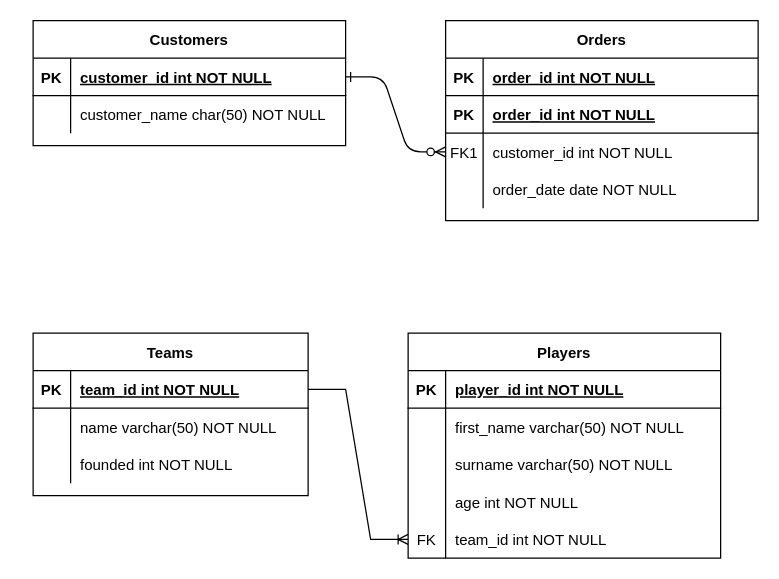
This is parent/practice/FF22.drawio from GarethDooling/FantasyFooty22, a draw.io file, before an edit. Source tidied: cells renumbered, new cells numbered last; positions are measured from the earlier drawing's top-left corner, leaving out a move shared by most shapes. Both pictures are drawn from the tidied source at 125%, with x=0, y=0 at pixel (32, 20).
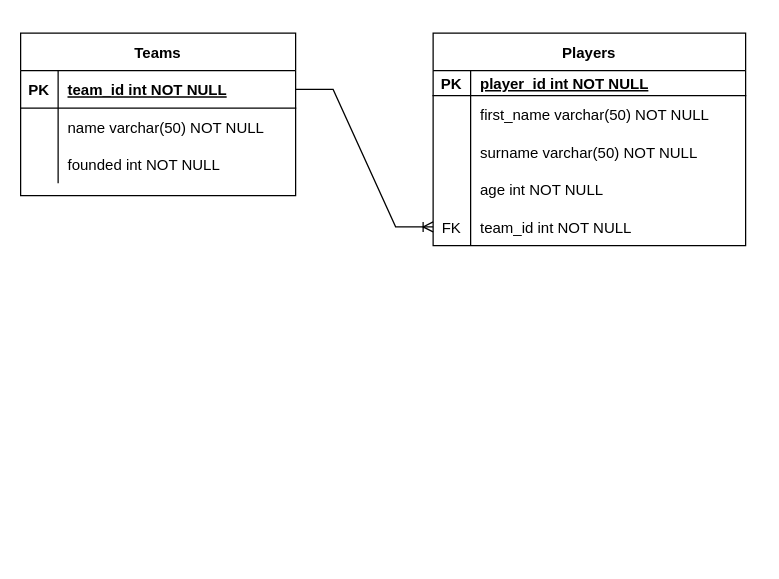
After the change.

Change to the diagram source:
```diff
@@
-    <mxCell id="2" style="edgeStyle=entityRelationEdgeStyle;endArrow=ERzeroToMany;startArrow=ERone;endFill=1;startFill=0;" parent="1" edge="1" source="17" target="10">
-      <mxGeometry relative="1" as="geometry" />
-    </mxCell>
-    <mxCell id="3" value="Orders" style="shape=table;startSize=30;childLayout=tableLayout;rowLines=0;fontStyle=1;align=center;" parent="1" vertex="1">
-      <mxGeometry x="330" width="250" height="160" as="geometry" />
-    </mxCell>
-    <mxCell id="4" style="shape=partialRectangle;fillColor=none;top=0;left=0;right=0;bottom=1;" parent="3" vertex="1">
-      <mxGeometry y="30" width="250" height="30" as="geometry" />
-    </mxCell>
-    <mxCell id="5" value="PK" style="shape=partialRectangle;overflow=hidden;fillColor=none;top=0;left=0;bottom=0;right=0;fontStyle=1;" parent="4" vertex="1">
-      <mxGeometry width="30" height="30" as="geometry" />
-    </mxCell>
-    <mxCell id="6" value="order_id int NOT NULL " style="shape=partialRectangle;overflow=hidden;fillColor=none;top=0;left=0;bottom=0;right=0;align=left;spacingLeft=6;fontStyle=5;" parent="4" vertex="1">
-      <mxGeometry x="30" width="220" height="30" as="geometry" />
-    </mxCell>
-    <mxCell id="7" style="shape=partialRectangle;fillColor=none;top=0;left=0;right=0;bottom=1;" parent="3" vertex="1">
-      <mxGeometry y="60" width="250" height="30" as="geometry" />
-    </mxCell>
-    <mxCell id="8" value="PK" style="shape=partialRectangle;overflow=hidden;fillColor=none;top=0;left=0;bottom=0;right=0;fontStyle=1;" parent="7" vertex="1">
-      <mxGeometry width="30" height="30" as="geometry" />
-    </mxCell>
-    <mxCell id="9" value="order_id int NOT NULL " style="shape=partialRectangle;overflow=hidden;fillColor=none;top=0;left=0;bottom=0;right=0;align=left;spacingLeft=6;fontStyle=5;" parent="7" vertex="1">
-      <mxGeometry x="30" width="220" height="30" as="geometry" />
-    </mxCell>
-    <mxCell id="10" style="shape=partialRectangle;fillColor=none;points=[[0,0.5],[1,0.5]];portConstraint=eastwest;top=0;left=0;right=0;bottom=0;" parent="3" vertex="1">
-      <mxGeometry y="90" width="250" height="30" as="geometry" />
-    </mxCell>
-    <mxCell id="11" value="FK1" style="shape=partialRectangle;overflow=hidden;fillColor=none;top=0;left=0;bottom=0;right=0;" parent="10" vertex="1">
-      <mxGeometry width="30" height="30" as="geometry" />
-    </mxCell>
-    <mxCell id="12" value="customer_id int NOT NULL" style="shape=partialRectangle;overflow=hidden;fillColor=none;top=0;left=0;bottom=0;right=0;align=left;spacingLeft=6;" parent="10" vertex="1">
-      <mxGeometry x="30" width="220" height="30" as="geometry" />
-    </mxCell>
-    <mxCell id="13" style="shape=partialRectangle;fillColor=none;top=0;left=0;right=0;bottom=0;" parent="3" vertex="1">
-      <mxGeometry y="120" width="250" height="30" as="geometry" />
-    </mxCell>
-    <mxCell id="14" style="shape=partialRectangle;overflow=hidden;fillColor=none;top=0;left=0;bottom=0;right=0;" parent="13" vertex="1">
-      <mxGeometry width="30" height="30" as="geometry" />
-    </mxCell>
-    <mxCell id="15" value="order_date date NOT NULL" style="shape=partialRectangle;overflow=hidden;fillColor=none;top=0;left=0;bottom=0;right=0;align=left;spacingLeft=6;" parent="13" vertex="1">
-      <mxGeometry x="30" width="220" height="30" as="geometry" />
-    </mxCell>
-    <mxCell id="16" value="Customers" style="shape=table;startSize=30;childLayout=tableLayout;rowLines=0;fontStyle=1;align=center;" parent="1" vertex="1">
-      <mxGeometry width="250" height="100" as="geometry" />
-    </mxCell>
-    <mxCell id="17" style="shape=partialRectangle;fillColor=none;points=[[0,0.5],[1,0.5]];portConstraint=eastwest;top=0;left=0;right=0;bottom=1;" parent="16" vertex="1">
-      <mxGeometry y="30" width="250" height="30" as="geometry" />
-    </mxCell>
-    <mxCell id="18" value="PK" style="shape=partialRectangle;overflow=hidden;fillColor=none;top=0;left=0;bottom=0;right=0;fontStyle=1;" parent="17" vertex="1">
-      <mxGeometry width="30" height="30" as="geometry" />
-    </mxCell>
-    <mxCell id="19" value="customer_id int NOT NULL " style="shape=partialRectangle;overflow=hidden;fillColor=none;top=0;left=0;bottom=0;right=0;align=left;spacingLeft=6;fontStyle=5;" parent="17" vertex="1">
-      <mxGeometry x="30" width="220" height="30" as="geometry" />
-    </mxCell>
-    <mxCell id="20" style="shape=partialRectangle;fillColor=none;top=0;left=0;right=0;bottom=0;" parent="16" vertex="1">
-      <mxGeometry y="60" width="250" height="30" as="geometry" />
-    </mxCell>
-    <mxCell id="21" style="shape=partialRectangle;overflow=hidden;fillColor=none;top=0;left=0;bottom=0;right=0;" parent="20" vertex="1">
-      <mxGeometry width="30" height="30" as="geometry" />
-    </mxCell>
-    <mxCell id="22" value="customer_name char(50) NOT NULL" style="shape=partialRectangle;overflow=hidden;fillColor=none;top=0;left=0;bottom=0;right=0;align=left;spacingLeft=6;" parent="20" vertex="1">
-      <mxGeometry x="30" width="220" height="30" as="geometry" />
-    </mxCell>
     <mxCell id="23" value="Teams" style="shape=table;startSize=30;childLayout=tableLayout;rowLines=0;fontStyle=1;align=center;" parent="1" vertex="1">
-      <mxGeometry y="250" width="220" height="130" as="geometry" />
+      <mxGeometry x="-10" y="10" width="220" height="130" as="geometry" />
     </mxCell>
@@
     <mxCell id="33" value="Players" style="shape=table;startSize=30;childLayout=tableLayout;rowLines=0;fontStyle=1;align=center;" parent="1" vertex="1">
-      <mxGeometry x="300" y="250" width="250" height="180" as="geometry" />
+      <mxGeometry x="320" y="10" width="250" height="170" as="geometry" />
     </mxCell>
     <mxCell id="34" style="shape=tableRow;horizontal=0;startSize=0;swimlaneHead=0;swimlaneBody=0;fillColor=none;top=0;left=0;right=0;bottom=1;" parent="33" vertex="1">
-      <mxGeometry y="30" width="250" height="30" as="geometry" />
+      <mxGeometry y="30" width="250" height="20" as="geometry" />
     </mxCell>
     <mxCell id="35" value="PK" style="shape=partialRectangle;fillColor=none;top=0;left=0;bottom=0;right=0;fontStyle=1;overflow=hidden;" parent="34" vertex="1">
-      <mxGeometry width="30" height="30" as="geometry" />
+      <mxGeometry width="30" height="20" as="geometry" />
     </mxCell>
     <mxCell id="36" value="player_id int NOT NULL" style="shape=partialRectangle;fillColor=none;top=0;left=0;bottom=0;right=0;align=left;spacingLeft=6;fontStyle=5;overflow=hidden;" parent="34" vertex="1">
-      <mxGeometry x="30" width="220" height="30" as="geometry" />
+      <mxGeometry x="30" width="220" height="20" as="geometry" />
     </mxCell>
     <mxCell id="37" style="shape=tableRow;horizontal=0;startSize=0;swimlaneHead=0;swimlaneBody=0;fillColor=none;top=0;left=0;right=0;bottom=0;" parent="33" vertex="1">
-      <mxGeometry y="60" width="250" height="30" as="geometry" />
+      <mxGeometry y="50" width="250" height="30" as="geometry" />
     </mxCell>
@@
     <mxCell id="40" style="shape=tableRow;horizontal=0;startSize=0;swimlaneHead=0;swimlaneBody=0;fillColor=none;top=0;left=0;right=0;bottom=0;" parent="33" vertex="1">
-      <mxGeometry y="90" width="250" height="30" as="geometry" />
+      <mxGeometry y="80" width="250" height="30" as="geometry" />
     </mxCell>
@@
     <mxCell id="43" style="shape=tableRow;horizontal=0;startSize=0;swimlaneHead=0;swimlaneBody=0;fillColor=none;top=0;left=0;right=0;bottom=0;" parent="33" vertex="1">
-      <mxGeometry y="120" width="250" height="30" as="geometry" />
+      <mxGeometry y="110" width="250" height="30" as="geometry" />
     </mxCell>
@@
     <mxCell id="46" style="shape=tableRow;horizontal=0;startSize=0;swimlaneHead=0;swimlaneBody=0;fillColor=none;points=[[0,0.5],[1,0.5]];portConstraint=eastwest;top=0;left=0;right=0;bottom=0;" parent="33" vertex="1">
-      <mxGeometry y="150" width="250" height="30" as="geometry" />
+      <mxGeometry y="140" width="250" height="30" as="geometry" />
     </mxCell>
```
